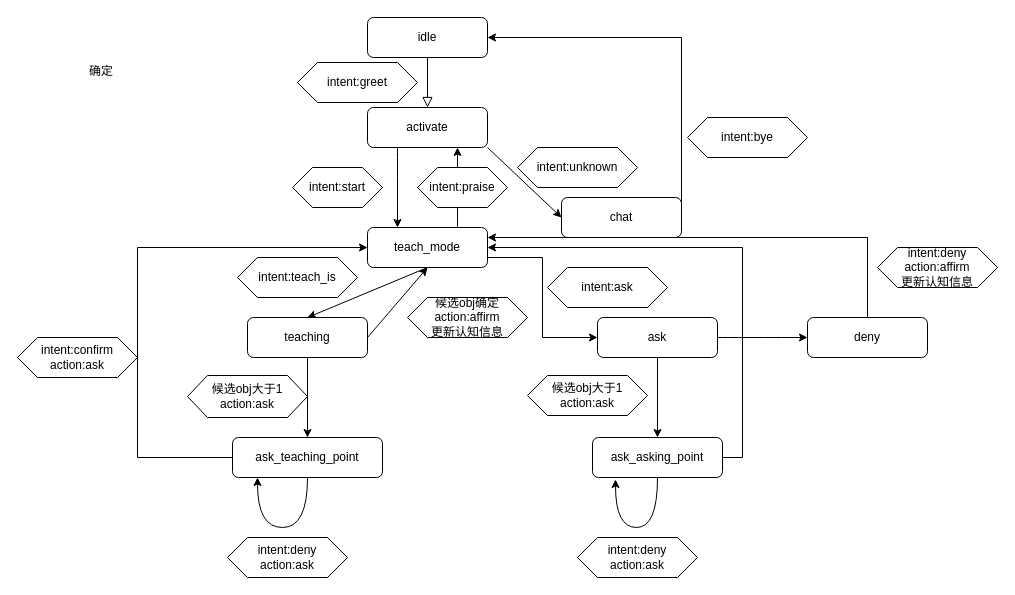
Earlier version of the draw.io diagram Untitled Diagram.drawio (tongbc/algorithm). Source tidied: cells renumbered, new cells numbered last; positions are measured from the earlier drawing's top-left corner, leaving out a move shared by most shapes. Both pictures are drawn from the tidied source at 100%, with x=0, y=0 at pixel (17, 17).
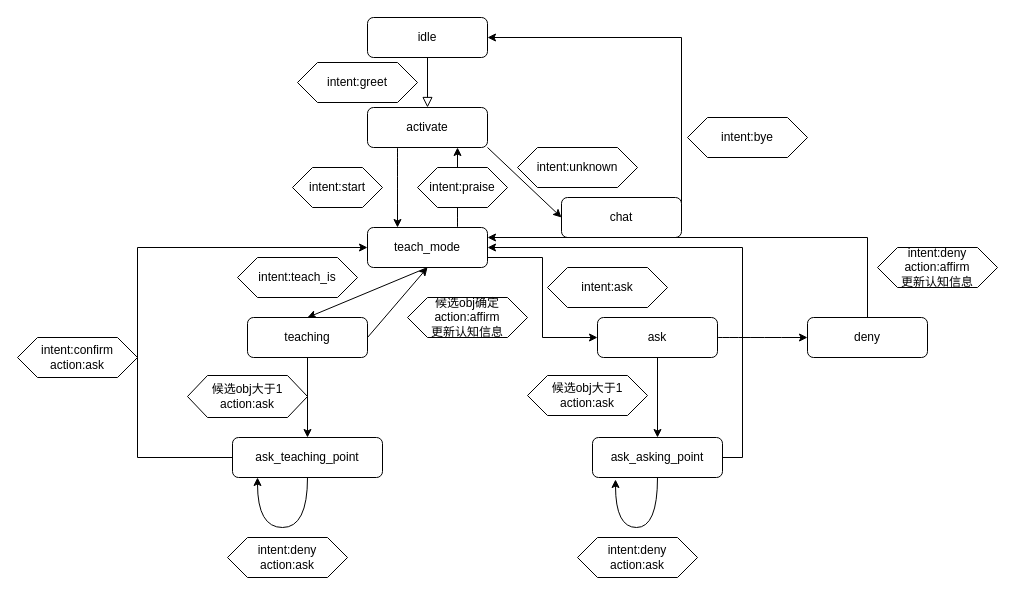
The same diagram, later.

Change to the diagram source:
```diff
@@
-    <mxCell id="35" value="确定" style="text;whiteSpace=wrap;html=1;" parent="1" vertex="1">
-      <mxGeometry x="70" y="40" width="50" height="30" as="geometry" />
-    </mxCell>
```
